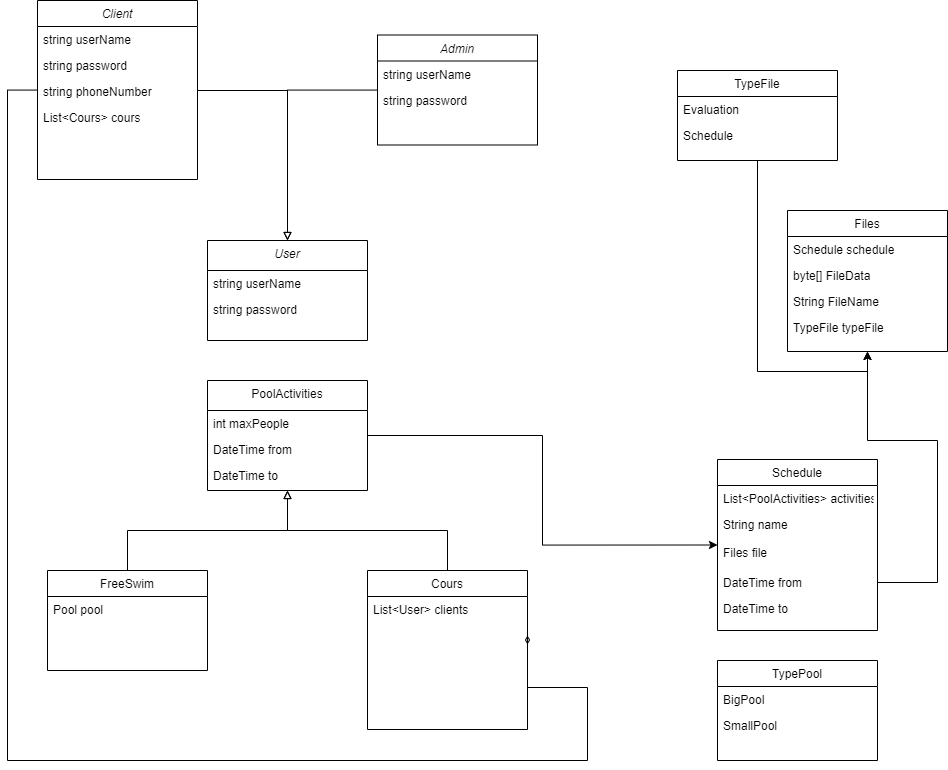
The draw.io diagram UML.drawio.png in CaptainMehdi/ProjetFinal, before a commit. Source tidied: cells renumbered, new cells last; positions are measured from the earlier drawing's top-left corner, leaving out a move shared by most shapes.
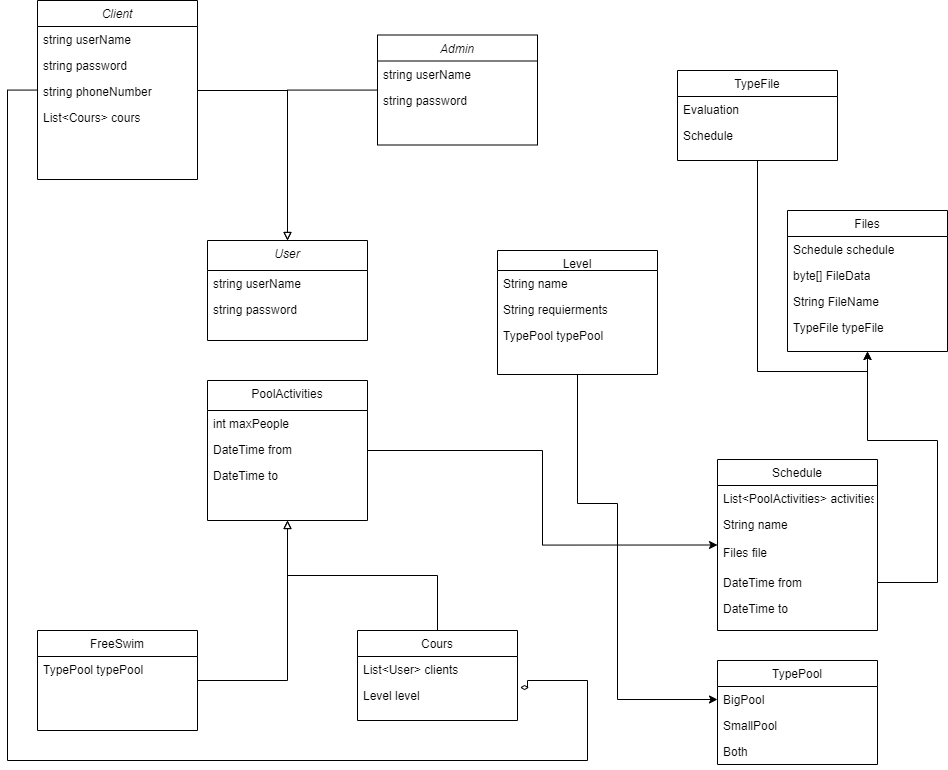
The same diagram one commit later.

Commit message:
Mettre à jour UML.drawio.png

What changed in the source:
```diff
@@ -15,25 +15,28 @@
       <mxGeometry relative="1" as="geometry" />
     </mxCell>
     <mxCell id="6" value="Cours" style="swimlane;fontStyle=0;align=center;verticalAlign=top;horizontal=1;startSize=26;rounded=0;shadow=0;strokeWidth=1;" parent="1" vertex="1">
-      <mxGeometry x="360" y="570" width="160" height="159" as="geometry" />
+      <mxGeometry x="350" y="630" width="160" height="90" as="geometry" />
     </mxCell>
     <mxCell id="7" value="List&lt;User&gt; clients" style="text;align=left;verticalAlign=top;spacingLeft=4;spacingRight=4;overflow=hidden;points=[[0,0.5],[1,0.5]];portConstraint=eastwest;rounded=0;shadow=0;html=0;" parent="6" vertex="1">
       <mxGeometry y="26" width="160" height="26" as="geometry" />
     </mxCell>
+    <mxCell id="46" value="Level level" style="text;align=left;verticalAlign=top;spacingLeft=4;spacingRight=4;overflow=hidden;rounded=0;shadow=0;html=0;" parent="6" vertex="1">
+      <mxGeometry y="52" width="160" height="26" as="geometry" />
+    </mxCell>
     <mxCell id="8" style="edgeStyle=orthogonalEdgeStyle;rounded=0;jettySize=auto;html=1;entryX=0.5;entryY=1;entryDx=0;entryDy=0;endArrow=block;endFill=0;" parent="1" edge="1" source="9" target="12">
       <mxGeometry relative="1" as="geometry" />
     </mxCell>
     <mxCell id="9" value="FreeSwim" style="swimlane;fontStyle=0;align=center;verticalAlign=top;horizontal=1;startSize=26;rounded=0;shadow=0;strokeWidth=1;" parent="1" vertex="1">
-      <mxGeometry x="40" y="570" width="160" height="100" as="geometry" />
+      <mxGeometry x="30" y="630" width="160" height="100" as="geometry" />
     </mxCell>
-    <mxCell id="10" value="Pool pool" style="text;align=left;verticalAlign=top;spacingLeft=4;spacingRight=4;overflow=hidden;rounded=0;shadow=0;html=0;" parent="9" vertex="1">
-      <mxGeometry y="26" width="160" height="26" as="geometry" />
-    </mxCell>
+    <mxCell id="47" value="TypePool typePool" style="text;align=left;verticalAlign=top;spacingLeft=4;spacingRight=4;overflow=hidden;rounded=0;shadow=0;html=0;" parent="9" vertex="1">
+      <mxGeometry y="26" width="160" height="26" as="geometry" />
+    </mxCell>
     <mxCell id="11" style="edgeStyle=orthogonalEdgeStyle;rounded=0;jettySize=auto;html=1;entryX=0;entryY=0.5;entryDx=0;entryDy=0;" parent="1" edge="1" source="12" target="16">
       <mxGeometry relative="1" as="geometry" />
     </mxCell>
     <mxCell id="12" value="PoolActivities" style="swimlane;fontStyle=0;align=center;verticalAlign=top;horizontal=1;startSize=30;rounded=0;shadow=0;strokeWidth=1;" parent="1" vertex="1">
-      <mxGeometry x="200" y="380" width="160" height="110" as="geometry" />
+      <mxGeometry x="200" y="380" width="160" height="140" as="geometry" />
     </mxCell>
     <mxCell id="13" value="int maxPeople" style="text;align=left;verticalAlign=top;spacingLeft=4;spacingRight=4;overflow=hidden;rounded=0;shadow=0;html=0;" parent="12" vertex="1">
       <mxGeometry y="30" width="160" height="26" as="geometry" />
@@ -62,14 +65,15 @@
     <mxCell id="21" value="DateTime to" style="text;align=left;verticalAlign=top;spacingLeft=4;spacingRight=4;overflow=hidden;rounded=0;shadow=0;html=0;" parent="16" vertex="1">
       <mxGeometry y="136" width="160" height="28" as="geometry" />
     </mxCell>
-    <mxCell id="22" style="edgeStyle=orthogonalEdgeStyle;rounded=0;jettySize=auto;html=1;entryX=1;entryY=0.5;entryDx=0;entryDy=0;endArrow=diamondThin;endFill=0;" parent="1" edge="1" source="23">
+    <mxCell id="22" style="edgeStyle=orthogonalEdgeStyle;rounded=0;jettySize=auto;html=1;entryX=1.016;entryY=1.194;entryDx=0;entryDy=0;endArrow=diamondThin;endFill=0;entryPerimeter=0;" parent="1" edge="1" source="23" target="7">
       <mxGeometry relative="1" as="geometry">
-        <mxPoint x="520" y="635" as="targetPoint" />
         <Array as="points">
           <mxPoint y="90" />
           <mxPoint y="760" />
           <mxPoint x="580" y="760" />
-          <mxPoint x="580" y="687" />
+          <mxPoint x="580" y="680" />
+          <mxPoint x="520" y="680" />
+          <mxPoint x="520" y="687" />
         </Array>
       </mxGeometry>
     </mxCell>
@@ -144,7 +148,7 @@
       </mxGeometry>
     </mxCell>
     <mxCell id="43" value="TypePool" style="swimlane;fontStyle=0;align=center;verticalAlign=top;horizontal=1;startSize=26;rounded=0;shadow=0;strokeWidth=1;" parent="1" vertex="1">
-      <mxGeometry x="710" y="660" width="160" height="100" as="geometry" />
+      <mxGeometry x="710" y="660" width="160" height="104" as="geometry" />
     </mxCell>
     <mxCell id="44" value="BigPool" style="text;align=left;verticalAlign=top;spacingLeft=4;spacingRight=4;overflow=hidden;points=[[0,0.5],[1,0.5]];portConstraint=eastwest;rounded=0;shadow=0;html=0;" parent="43" vertex="1">
       <mxGeometry y="26" width="160" height="26" as="geometry" />
@@ -152,5 +156,29 @@
     <mxCell id="45" value="SmallPool" style="text;align=left;verticalAlign=top;spacingLeft=4;spacingRight=4;overflow=hidden;rounded=0;shadow=0;html=0;" parent="43" vertex="1">
       <mxGeometry y="52" width="160" height="26" as="geometry" />
     </mxCell>
+    <mxCell id="48" value="Both" style="text;align=left;verticalAlign=top;spacingLeft=4;spacingRight=4;overflow=hidden;rounded=0;shadow=0;html=0;" parent="43" vertex="1">
+      <mxGeometry y="78" width="160" height="26" as="geometry" />
+    </mxCell>
+    <mxCell id="49" value="Level" style="swimlane;fontStyle=0;align=center;verticalAlign=top;horizontal=1;startSize=20;rounded=0;shadow=0;strokeWidth=1;" parent="1" vertex="1">
+      <mxGeometry x="490" y="250" width="160" height="124" as="geometry" />
+    </mxCell>
+    <mxCell id="50" value="String name" style="text;align=left;verticalAlign=top;spacingLeft=4;spacingRight=4;overflow=hidden;rounded=0;shadow=0;html=0;" parent="49" vertex="1">
+      <mxGeometry y="20" width="160" height="26" as="geometry" />
+    </mxCell>
+    <mxCell id="51" value="String requierments" style="text;align=left;verticalAlign=top;spacingLeft=4;spacingRight=4;overflow=hidden;rounded=0;shadow=0;html=0;" parent="49" vertex="1">
+      <mxGeometry y="46" width="160" height="26" as="geometry" />
+    </mxCell>
+    <mxCell id="10" value="TypePool typePool" style="text;align=left;verticalAlign=top;spacingLeft=4;spacingRight=4;overflow=hidden;rounded=0;shadow=0;html=0;" parent="49" vertex="1">
+      <mxGeometry y="72" width="160" height="26" as="geometry" />
+    </mxCell>
+    <mxCell id="52" style="edgeStyle=orthogonalEdgeStyle;rounded=0;jettySize=auto;html=1;entryX=0;entryY=0.5;entryDx=0;entryDy=0;exitX=0.5;exitY=1;exitDx=0;exitDy=0;" parent="1" edge="1" source="49" target="44">
+      <mxGeometry relative="1" as="geometry">
+        <Array as="points">
+          <mxPoint x="570" y="503" />
+          <mxPoint x="610" y="503" />
+          <mxPoint x="610" y="699" />
+        </Array>
+      </mxGeometry>
+    </mxCell>
   </root>
 </mxGraphModel>
```
